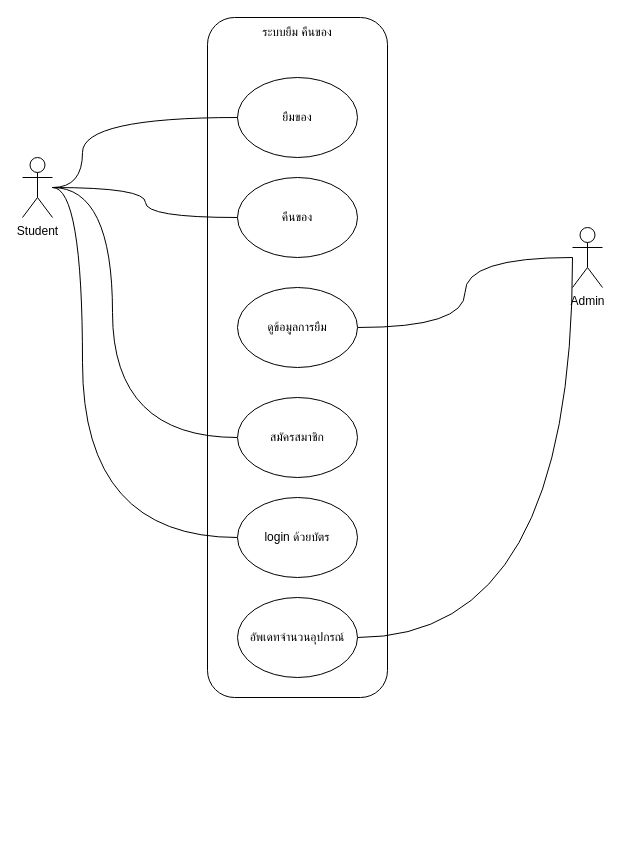
The draw.io diagram page "Use case" (1 of 5) of UML_SE.drawio in oak072544/Draw_io, before the edit. Source tidied: cells renumbered, new cells numbered last; positions are measured from the earlier drawing's top-left corner, leaving out a move shared by most shapes. Both pictures are drawn from the tidied source at 100%, with x=0, y=0 at pixel (22, 17).
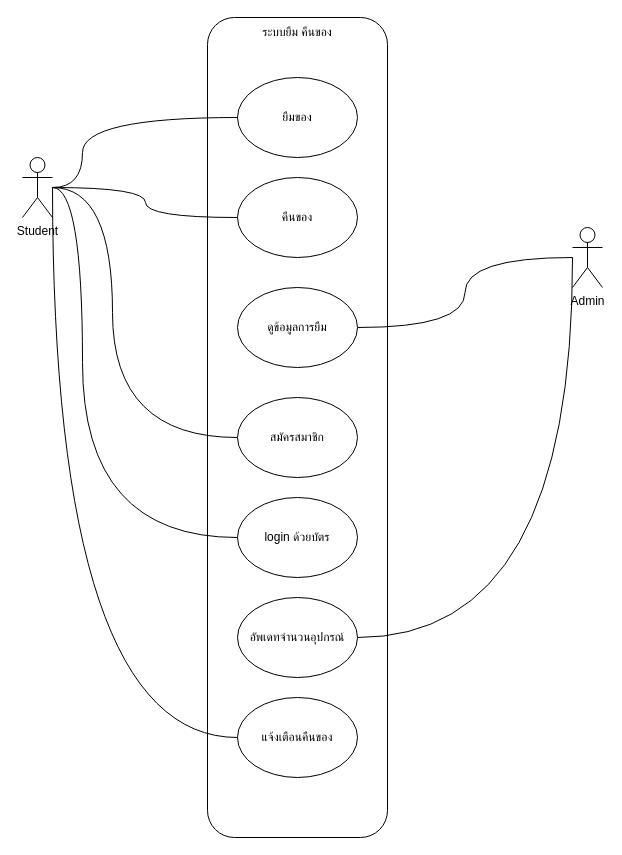
Above is the later version.

Change to the diagram source:
```diff
@@
     <mxCell id="4" style="rounded=1;whiteSpace=wrap;html=1;" parent="1" vertex="1">
-      <mxGeometry x="185" width="180" height="680" as="geometry" />
+      <mxGeometry x="185" width="180" height="820" as="geometry" />
     </mxCell>
@@
+    <mxCell id="18" style="rounded=0;jettySize=auto;html=1;exitX=0;exitY=0.5;exitDx=0;exitDy=0;endArrow=none;endFill=0;startArrow=none;startFill=0;edgeStyle=orthogonalEdgeStyle;curved=1;" parent="1" edge="1" source="19">
+      <mxGeometry relative="1" as="geometry">
+        <mxPoint x="30" y="170" as="targetPoint" />
+      </mxGeometry>
+    </mxCell>
+    <mxCell id="19" value="แจ้งเตือนคืนของ" style="ellipse;whiteSpace=wrap;html=1;" parent="1" vertex="1">
+      <mxGeometry x="215" y="680" width="120" height="80" as="geometry" />
+    </mxCell>
```
